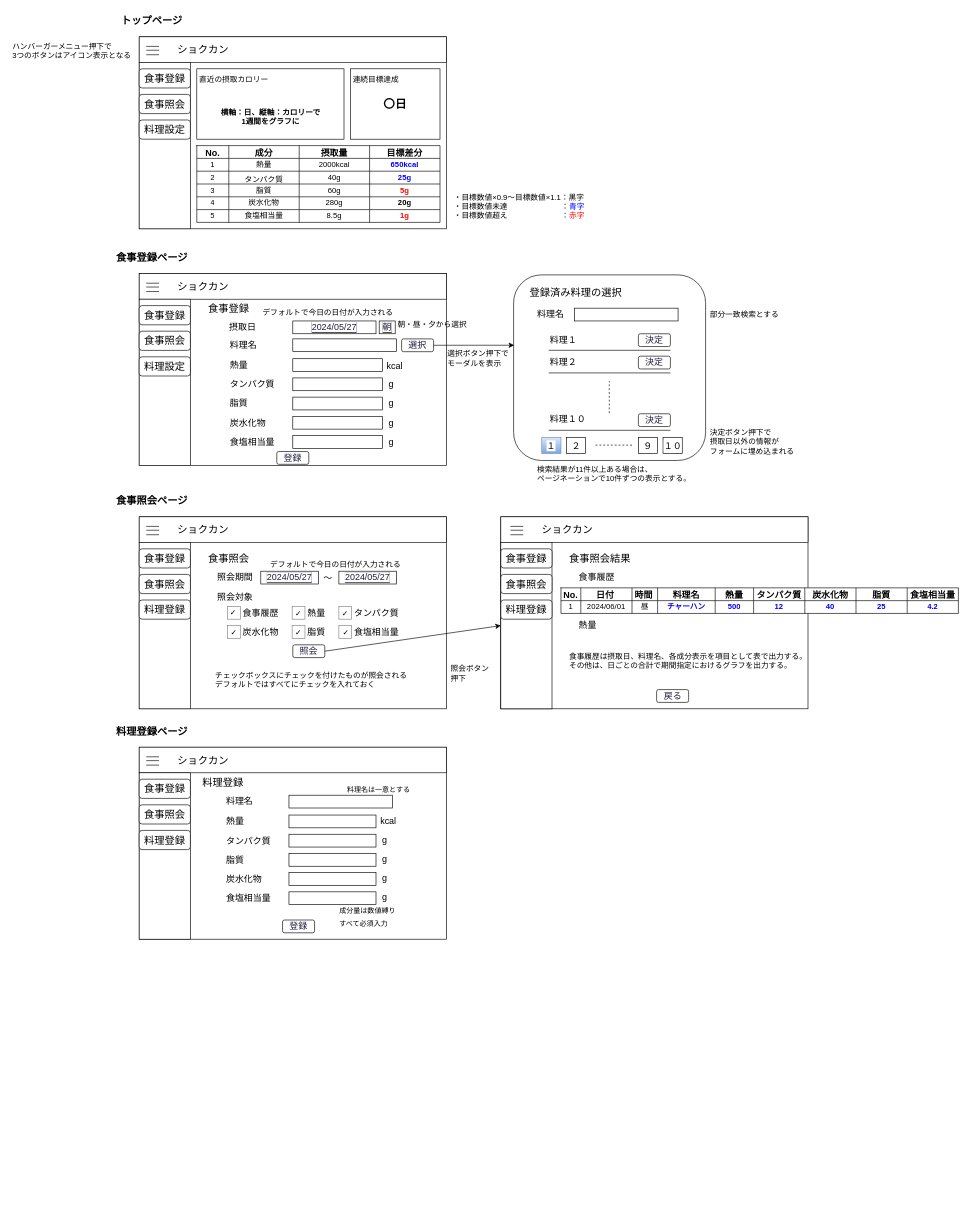
Above: 00_RD_ED_ID/01_画面遷移図.drawio in EijiToriki/mealManagement (draw.io), before the change. Source tidied: cells renumbered, new cells numbered last; positions are measured from the earlier drawing's top-left corner, leaving out a move shared by most shapes. Both pictures are drawn from the tidied source at 64%, with x=0, y=0 at pixel (11, 11).
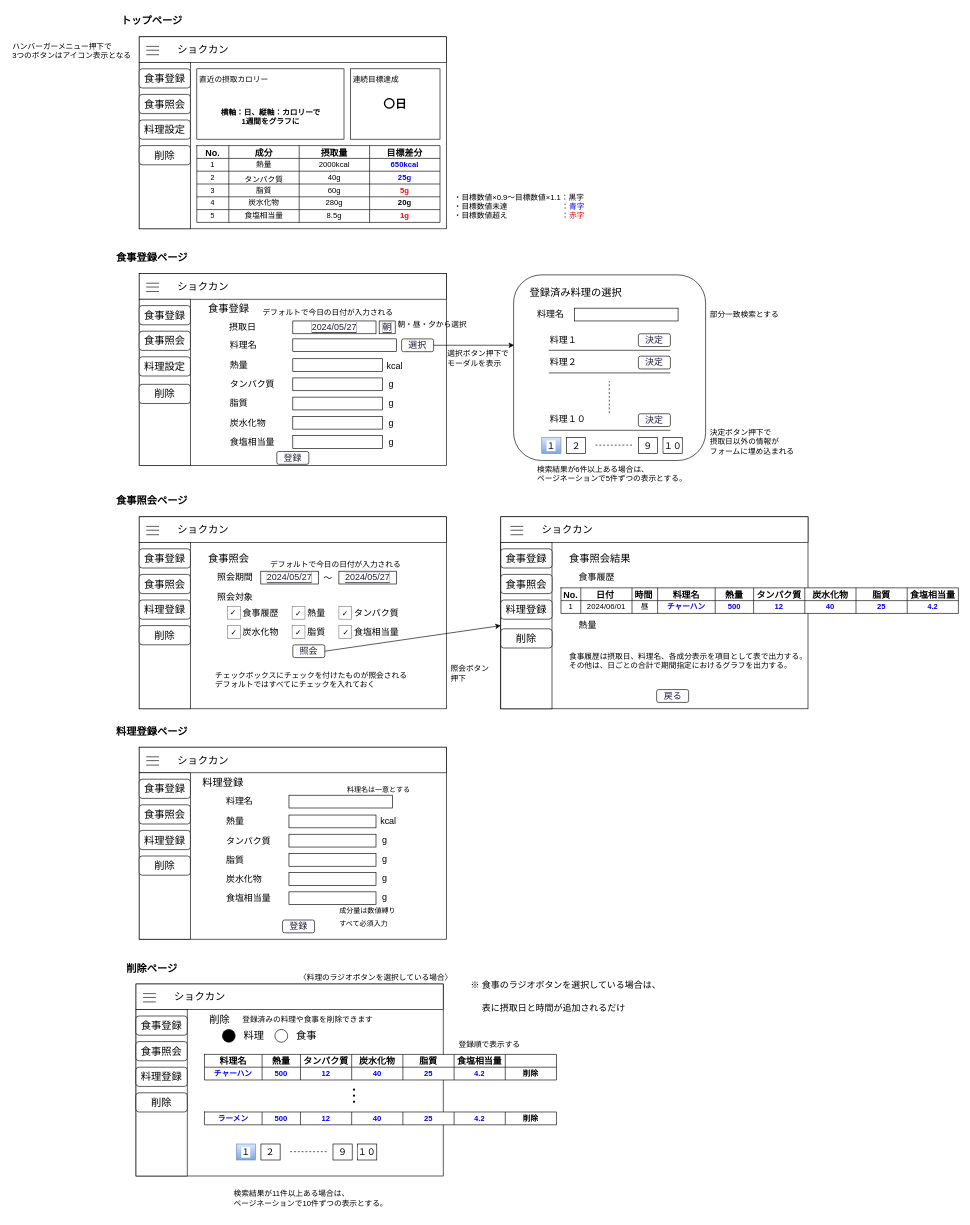
The same page after the edit.

Diff of the diagram source:
```diff
@@
-    <mxCell id="120" value="検索結果が11件以上ある場合は、&lt;br&gt;ページネーションで10件ずつの表示とする。" style="text;html=1;strokeColor=none;fillColor=none;align=left;verticalAlign=middle;whiteSpace=wrap;rounded=0;fontSize=12;fontColor=#000000;" parent="1" vertex="1">
+    <mxCell id="120" value="検索結果が6件以上ある場合は、&lt;br&gt;ページネーションで5件ずつの表示とする。" style="text;html=1;strokeColor=none;fillColor=none;align=left;verticalAlign=middle;whiteSpace=wrap;rounded=0;fontSize=12;fontColor=#000000;" parent="1" vertex="1">
       <mxGeometry x="820" y="698" width="250" height="50" as="geometry" />
     </mxCell>
@@
+    <mxCell id="227" value="削除" style="rounded=1;whiteSpace=wrap;html=1;fontSize=16;" parent="1" vertex="1">
+      <mxGeometry x="200" y="210" width="80" height="30" as="geometry" />
+    </mxCell>
+    <mxCell id="228" value="削除" style="rounded=1;whiteSpace=wrap;html=1;fontSize=16;" parent="1" vertex="1">
+      <mxGeometry x="200" y="583" width="80" height="30" as="geometry" />
+    </mxCell>
+    <mxCell id="229" value="削除" style="rounded=1;whiteSpace=wrap;html=1;fontSize=16;" parent="1" vertex="1">
+      <mxGeometry x="200" y="960" width="80" height="30" as="geometry" />
+    </mxCell>
+    <mxCell id="230" value="削除" style="rounded=1;whiteSpace=wrap;html=1;fontSize=16;" parent="1" vertex="1">
+      <mxGeometry x="765" y="965" width="80" height="30" as="geometry" />
+    </mxCell>
+    <mxCell id="231" value="削除" style="rounded=1;whiteSpace=wrap;html=1;fontSize=16;" parent="1" vertex="1">
+      <mxGeometry x="200" y="1320" width="80" height="30" as="geometry" />
+    </mxCell>
+    <mxCell id="232" value="削除ページ" style="text;html=1;strokeColor=none;fillColor=none;align=center;verticalAlign=middle;whiteSpace=wrap;rounded=0;fontStyle=1;fontSize=16;" parent="1" vertex="1">
+      <mxGeometry x="160" y="1480" width="120" height="30" as="geometry" />
+    </mxCell>
+    <mxCell id="233" style="rounded=0;whiteSpace=wrap;html=1;" parent="1" vertex="1">
+      <mxGeometry x="195" y="1520" width="480" height="300" as="geometry" />
+    </mxCell>
+    <mxCell id="234" style="rounded=0;whiteSpace=wrap;html=1;fontSize=16;" parent="1" vertex="1">
+      <mxGeometry x="195" y="1520" width="480" height="40" as="geometry" />
+    </mxCell>
+    <mxCell id="235" value="ショクカン" style="text;html=1;strokeColor=none;fillColor=none;align=center;verticalAlign=middle;whiteSpace=wrap;rounded=0;fontStyle=0;fontSize=16;" parent="1" vertex="1">
+      <mxGeometry x="235" y="1525" width="120" height="30" as="geometry" />
+    </mxCell>
+    <mxCell id="236" style="group;" parent="1" vertex="1">
+      <mxGeometry x="206" y="1535" width="20" height="13" as="geometry" />
+    </mxCell>
+    <mxCell id="237" style="endArrow=none;html=1;fontSize=16;" parent="236" edge="1">
+      <mxGeometry relative="1" as="geometry">
+        <mxPoint x="20" as="sourcePoint" />
+        <mxPoint as="targetPoint" />
+      </mxGeometry>
+    </mxCell>
+    <mxCell id="238" style="endArrow=none;html=1;fontSize=16;" parent="236" edge="1">
+      <mxGeometry relative="1" as="geometry">
+        <mxPoint x="20" y="6" as="sourcePoint" />
+        <mxPoint y="6" as="targetPoint" />
+      </mxGeometry>
+    </mxCell>
+    <mxCell id="239" style="endArrow=none;html=1;fontSize=16;" parent="236" edge="1">
+      <mxGeometry relative="1" as="geometry">
+        <mxPoint x="20" y="13" as="sourcePoint" />
+        <mxPoint y="13" as="targetPoint" />
+      </mxGeometry>
+    </mxCell>
+    <mxCell id="240" style="rounded=0;whiteSpace=wrap;html=1;fontSize=16;" parent="1" vertex="1">
+      <mxGeometry x="195" y="1560" width="80" height="260" as="geometry" />
+    </mxCell>
+    <mxCell id="241" value="食事登録" style="rounded=1;whiteSpace=wrap;html=1;fontSize=16;" parent="1" vertex="1">
+      <mxGeometry x="195" y="1570" width="80" height="30" as="geometry" />
+    </mxCell>
+    <mxCell id="242" value="食事照会" style="rounded=1;whiteSpace=wrap;html=1;fontSize=16;fillColor=#FFFFFF;strokeColor=#000000;" parent="1" vertex="1">
+      <mxGeometry x="195" y="1610" width="80" height="30" as="geometry" />
+    </mxCell>
+    <mxCell id="243" value="料理登録" style="rounded=1;whiteSpace=wrap;html=1;fontSize=16;" parent="1" vertex="1">
+      <mxGeometry x="195" y="1650" width="80" height="30" as="geometry" />
+    </mxCell>
+    <mxCell id="244" value="削除" style="text;html=1;strokeColor=none;fillColor=none;align=center;verticalAlign=middle;whiteSpace=wrap;rounded=0;fontStyle=0;fontSize=16;" parent="1" vertex="1">
+      <mxGeometry x="266" y="1560" width="120" height="30" as="geometry" />
+    </mxCell>
+    <mxCell id="245" value="削除" style="rounded=1;whiteSpace=wrap;html=1;fontSize=16;" parent="1" vertex="1">
+      <mxGeometry x="195" y="1690" width="80" height="30" as="geometry" />
+    </mxCell>
+    <mxCell id="246" value="登録済みの料理や食事を削除できます" style="text;html=1;strokeColor=none;fillColor=none;align=center;verticalAlign=middle;whiteSpace=wrap;rounded=0;fontStyle=0;fontSize=12;" parent="1" vertex="1">
+      <mxGeometry x="358" y="1561" width="210.8" height="30" as="geometry" />
+    </mxCell>
+    <mxCell id="247" style="ellipse;whiteSpace=wrap;html=1;fontSize=12;fillColor=#000000;" parent="1" vertex="1">
+      <mxGeometry x="330" y="1591" width="20" height="20" as="geometry" />
+    </mxCell>
+    <mxCell id="248" value="料理" style="text;html=1;strokeColor=none;fillColor=none;align=center;verticalAlign=middle;whiteSpace=wrap;rounded=0;fontStyle=0;fontSize=16;" parent="1" vertex="1">
+      <mxGeometry x="355" y="1586" width="49" height="30" as="geometry" />
+    </mxCell>
+    <mxCell id="249" style="ellipse;whiteSpace=wrap;html=1;fontSize=12;" parent="1" vertex="1">
+      <mxGeometry x="412" y="1591" width="20" height="20" as="geometry" />
+    </mxCell>
+    <mxCell id="250" value="食事" style="text;html=1;strokeColor=none;fillColor=none;align=center;verticalAlign=middle;whiteSpace=wrap;rounded=0;fontStyle=0;fontSize=16;" parent="1" vertex="1">
+      <mxGeometry x="437" y="1586" width="49" height="30" as="geometry" />
+    </mxCell>
+    <mxCell id="251" value="〈料理のラジオボタンを選択している場合〉" style="text;html=1;strokeColor=none;fillColor=none;align=center;verticalAlign=middle;whiteSpace=wrap;rounded=0;fontSize=12;" parent="1" vertex="1">
+      <mxGeometry x="445" y="1495" width="250" height="30" as="geometry" />
+    </mxCell>
+    <mxCell id="252" style="shape=table;html=1;whiteSpace=wrap;startSize=0;childLayout=tableLayout;fontSize=16;" parent="1" vertex="1">
+      <mxGeometry x="302" y="1630" width="550" height="40" as="geometry" />
+    </mxCell>
+    <mxCell id="253" style="shape=tableRow;horizontal=0;startSize=0;swimlaneHead=0;swimlaneBody=0;top=0;left=0;bottom=0;right=0;fillColor=none;fontSize=16;fontStyle=1;" parent="252" vertex="1">
+      <mxGeometry width="550" height="20" as="geometry" />
+    </mxCell>
+    <mxCell id="254" value="料理名" style="shape=partialRectangle;html=1;whiteSpace=wrap;fillColor=none;top=0;left=0;bottom=0;right=0;overflow=hidden;fontSize=14;fontStyle=1;" parent="253" vertex="1">
+      <mxGeometry width="90" height="20" as="geometry" />
+    </mxCell>
+    <mxCell id="255" value="熱量" style="shape=partialRectangle;html=1;whiteSpace=wrap;fillColor=none;top=0;left=0;bottom=0;right=0;overflow=hidden;fontSize=14;fontStyle=1;" parent="253" vertex="1">
+      <mxGeometry x="90" width="60" height="20" as="geometry" />
+    </mxCell>
+    <mxCell id="256" value="タンパク質" style="shape=partialRectangle;html=1;whiteSpace=wrap;fillColor=none;top=0;left=0;bottom=0;right=0;overflow=hidden;fontSize=14;fontStyle=1;" parent="253" vertex="1">
+      <mxGeometry x="150" width="80" height="20" as="geometry" />
+    </mxCell>
+    <mxCell id="257" value="炭水化物" style="shape=partialRectangle;html=1;whiteSpace=wrap;fillColor=none;top=0;left=0;bottom=0;right=0;overflow=hidden;fontSize=14;fontStyle=1;" parent="253" vertex="1">
+      <mxGeometry x="230" width="80" height="20" as="geometry" />
+    </mxCell>
+    <mxCell id="258" value="脂質" style="shape=partialRectangle;html=1;whiteSpace=wrap;fillColor=none;top=0;left=0;bottom=0;right=0;overflow=hidden;fontSize=14;fontStyle=1;" parent="253" vertex="1">
+      <mxGeometry x="310" width="80" height="20" as="geometry" />
+    </mxCell>
+    <mxCell id="259" value="食塩相当量" style="shape=partialRectangle;html=1;whiteSpace=wrap;fillColor=none;top=0;left=0;bottom=0;right=0;overflow=hidden;fontSize=14;fontStyle=1;" parent="253" vertex="1">
+      <mxGeometry x="390" width="80" height="20" as="geometry" />
+    </mxCell>
+    <mxCell id="260" style="shape=partialRectangle;html=1;whiteSpace=wrap;fillColor=none;top=0;left=0;bottom=0;right=0;overflow=hidden;fontSize=14;fontStyle=1;" parent="253" vertex="1">
+      <mxGeometry x="470" width="80" height="20" as="geometry" />
+    </mxCell>
+    <mxCell id="261" style="shape=tableRow;horizontal=0;startSize=0;swimlaneHead=0;swimlaneBody=0;top=0;left=0;bottom=0;right=0;fillColor=none;fontSize=16;" parent="252" vertex="1">
+      <mxGeometry y="20" width="550" height="20" as="geometry" />
+    </mxCell>
+    <mxCell id="262" value="チャーハン" style="shape=partialRectangle;html=1;whiteSpace=wrap;fillColor=none;top=0;left=0;bottom=0;right=0;overflow=hidden;fontSize=12;fontColor=#0000FF;fontStyle=1;" parent="261" vertex="1">
+      <mxGeometry width="90" height="20" as="geometry" />
+    </mxCell>
+    <mxCell id="263" value="500" style="shape=partialRectangle;html=1;whiteSpace=wrap;fillColor=none;top=0;left=0;bottom=0;right=0;overflow=hidden;fontSize=12;fontColor=#0000FF;fontStyle=1;" parent="261" vertex="1">
+      <mxGeometry x="90" width="60" height="20" as="geometry" />
+    </mxCell>
+    <mxCell id="264" value="12" style="shape=partialRectangle;html=1;whiteSpace=wrap;fillColor=none;top=0;left=0;bottom=0;right=0;overflow=hidden;fontSize=12;fontColor=#0000FF;fontStyle=1;" parent="261" vertex="1">
+      <mxGeometry x="150" width="80" height="20" as="geometry" />
+    </mxCell>
+    <mxCell id="265" value="40" style="shape=partialRectangle;html=1;whiteSpace=wrap;fillColor=none;top=0;left=0;bottom=0;right=0;overflow=hidden;fontSize=12;fontColor=#0000FF;fontStyle=1;" parent="261" vertex="1">
+      <mxGeometry x="230" width="80" height="20" as="geometry" />
+    </mxCell>
+    <mxCell id="266" value="25" style="shape=partialRectangle;html=1;whiteSpace=wrap;fillColor=none;top=0;left=0;bottom=0;right=0;overflow=hidden;fontSize=12;fontColor=#0000FF;fontStyle=1;" parent="261" vertex="1">
+      <mxGeometry x="310" width="80" height="20" as="geometry" />
+    </mxCell>
+    <mxCell id="267" value="4.2" style="shape=partialRectangle;html=1;whiteSpace=wrap;fillColor=none;top=0;left=0;bottom=0;right=0;overflow=hidden;fontSize=12;fontColor=#0000FF;fontStyle=1;" parent="261" vertex="1">
+      <mxGeometry x="390" width="80" height="20" as="geometry" />
+    </mxCell>
+    <mxCell id="268" value="&lt;font color=&quot;#000000&quot;&gt;削除&lt;/font&gt;" style="shape=partialRectangle;html=1;whiteSpace=wrap;fillColor=none;top=0;left=0;bottom=0;right=0;overflow=hidden;fontSize=12;fontColor=#0000FF;fontStyle=1;" parent="261" vertex="1">
+      <mxGeometry x="470" width="80" height="20" as="geometry" />
+    </mxCell>
+    <mxCell id="269" value="登録順で表示する" style="text;html=1;strokeColor=none;fillColor=none;align=center;verticalAlign=middle;whiteSpace=wrap;rounded=0;fontSize=12;fontColor=#000000;" parent="1" vertex="1">
+      <mxGeometry x="695" y="1600" width="105" height="30" as="geometry" />
+    </mxCell>
+    <mxCell id="270" value="…" style="text;html=1;strokeColor=none;fillColor=none;align=center;verticalAlign=middle;whiteSpace=wrap;rounded=0;fontSize=30;fontColor=#000000;rotation=270;" parent="1" vertex="1">
+      <mxGeometry x="496" y="1680" width="60" height="30" as="geometry" />
+    </mxCell>
+    <mxCell id="271" style="shape=table;html=1;whiteSpace=wrap;startSize=0;childLayout=tableLayout;fontSize=16;" parent="1" vertex="1">
+      <mxGeometry x="302" y="1720" width="550" height="20" as="geometry" />
+    </mxCell>
+    <mxCell id="272" style="shape=tableRow;horizontal=0;startSize=0;swimlaneHead=0;swimlaneBody=0;top=0;left=0;bottom=0;right=0;fillColor=none;fontSize=16;" parent="271" vertex="1">
+      <mxGeometry width="550" height="20" as="geometry" />
+    </mxCell>
+    <mxCell id="273" value="ラーメン" style="shape=partialRectangle;html=1;whiteSpace=wrap;fillColor=none;top=0;left=0;bottom=0;right=0;overflow=hidden;fontSize=12;fontColor=#0000FF;fontStyle=1;" parent="272" vertex="1">
+      <mxGeometry width="90" height="20" as="geometry" />
+    </mxCell>
+    <mxCell id="274" value="500" style="shape=partialRectangle;html=1;whiteSpace=wrap;fillColor=none;top=0;left=0;bottom=0;right=0;overflow=hidden;fontSize=12;fontColor=#0000FF;fontStyle=1;" parent="272" vertex="1">
+      <mxGeometry x="90" width="60" height="20" as="geometry" />
+    </mxCell>
+    <mxCell id="275" value="12" style="shape=partialRectangle;html=1;whiteSpace=wrap;fillColor=none;top=0;left=0;bottom=0;right=0;overflow=hidden;fontSize=12;fontColor=#0000FF;fontStyle=1;" parent="272" vertex="1">
+      <mxGeometry x="150" width="80" height="20" as="geometry" />
+    </mxCell>
+    <mxCell id="276" value="40" style="shape=partialRectangle;html=1;whiteSpace=wrap;fillColor=none;top=0;left=0;bottom=0;right=0;overflow=hidden;fontSize=12;fontColor=#0000FF;fontStyle=1;" parent="272" vertex="1">
+      <mxGeometry x="230" width="80" height="20" as="geometry" />
+    </mxCell>
+    <mxCell id="277" value="25" style="shape=partialRectangle;html=1;whiteSpace=wrap;fillColor=none;top=0;left=0;bottom=0;right=0;overflow=hidden;fontSize=12;fontColor=#0000FF;fontStyle=1;" parent="272" vertex="1">
+      <mxGeometry x="310" width="80" height="20" as="geometry" />
+    </mxCell>
+    <mxCell id="278" value="4.2" style="shape=partialRectangle;html=1;whiteSpace=wrap;fillColor=none;top=0;left=0;bottom=0;right=0;overflow=hidden;fontSize=12;fontColor=#0000FF;fontStyle=1;" parent="272" vertex="1">
+      <mxGeometry x="390" width="80" height="20" as="geometry" />
+    </mxCell>
+    <mxCell id="279" value="&lt;font color=&quot;#000000&quot;&gt;削除&lt;/font&gt;" style="shape=partialRectangle;html=1;whiteSpace=wrap;fillColor=none;top=0;left=0;bottom=0;right=0;overflow=hidden;fontSize=12;fontColor=#0000FF;fontStyle=1;" parent="272" vertex="1">
+      <mxGeometry x="470" width="80" height="20" as="geometry" />
+    </mxCell>
+    <mxCell id="280" value="１" style="rounded=0;whiteSpace=wrap;html=1;labelBackgroundColor=#FFFFFF;strokeColor=#6c8ebf;fontSize=14;fillColor=#dae8fc;gradientColor=#7ea6e0;" parent="1" vertex="1">
+      <mxGeometry x="351.8" y="1770" width="30" height="25" as="geometry" />
+    </mxCell>
+    <mxCell id="281" value="２" style="rounded=0;whiteSpace=wrap;html=1;labelBackgroundColor=#FFFFFF;fontSize=14;" parent="1" vertex="1">
+      <mxGeometry x="390.2" y="1770" width="30" height="25" as="geometry" />
+    </mxCell>
+    <mxCell id="282" style="endArrow=none;dashed=1;html=1;fontSize=14;fontColor=none;" parent="1" edge="1">
+      <mxGeometry relative="1" as="geometry">
+        <mxPoint x="492.8" y="1782" as="sourcePoint" />
+        <mxPoint x="432.8" y="1782" as="targetPoint" />
+      </mxGeometry>
+    </mxCell>
+    <mxCell id="283" value="９" style="rounded=0;whiteSpace=wrap;html=1;labelBackgroundColor=#FFFFFF;fontSize=14;" parent="1" vertex="1">
+      <mxGeometry x="502.8" y="1770" width="30" height="25" as="geometry" />
+    </mxCell>
+    <mxCell id="284" value="１０" style="rounded=0;whiteSpace=wrap;html=1;labelBackgroundColor=#FFFFFF;fontSize=14;" parent="1" vertex="1">
+      <mxGeometry x="541.2" y="1770" width="30" height="25" as="geometry" />
+    </mxCell>
+    <mxCell id="285" value="検索結果が11件以上ある場合は、&lt;br&gt;ページネーションで10件ずつの表示とする。" style="text;html=1;strokeColor=none;fillColor=none;align=left;verticalAlign=middle;whiteSpace=wrap;rounded=0;fontSize=12;fontColor=#000000;" parent="1" vertex="1">
+      <mxGeometry x="346" y="1830" width="250" height="50" as="geometry" />
+    </mxCell>
+    <mxCell id="286" value="&lt;font style=&quot;font-size: 14px;&quot;&gt;※ 食事のラジオボタンを選択している場合は、&lt;br&gt;&amp;nbsp;　表に摂取日と時間が追加されるだけ&lt;/font&gt;" style="text;html=1;strokeColor=none;fillColor=none;align=left;verticalAlign=middle;whiteSpace=wrap;rounded=0;fontSize=30;fontColor=#000000;" parent="1" vertex="1">
+      <mxGeometry x="716" y="1518" width="342.5" height="30" as="geometry" />
+    </mxCell>
```
